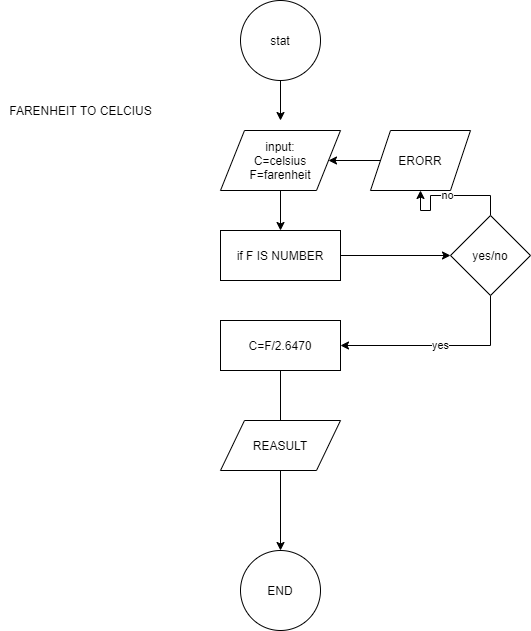
Above: F TO C.png in masoud08/DIYAGRAM (draw.io), before the change. Source tidied: cells renumbered, new cells last; positions are measured from the earlier drawing's top-left corner, leaving out a move shared by most shapes. Source of this version:
```xml
<mxGraphModel>
  <root>
    <mxCell id="0" />
    <mxCell id="1" parent="0" />
    <mxCell id="2" style="edgeStyle=orthogonalEdgeStyle;rounded=0;jettySize=auto;html=1;exitX=0.5;exitY=1;exitDx=0;exitDy=0;" parent="1" edge="1" source="3">
      <mxGeometry relative="1" as="geometry">
        <mxPoint x="280" y="120" as="targetPoint" />
      </mxGeometry>
    </mxCell>
    <mxCell id="3" value="stat" style="ellipse;whiteSpace=wrap;html=1;" parent="1" vertex="1">
      <mxGeometry x="240" width="80" height="80" as="geometry" />
    </mxCell>
    <mxCell id="4" style="edgeStyle=orthogonalEdgeStyle;rounded=0;jettySize=auto;html=1;exitX=0.5;exitY=1;exitDx=0;exitDy=0;" parent="1" edge="1" source="5">
      <mxGeometry relative="1" as="geometry">
        <mxPoint x="280" y="230" as="targetPoint" />
      </mxGeometry>
    </mxCell>
    <mxCell id="5" value="input:&lt;br&gt;C=celsius&lt;br&gt;F=farenheit" style="shape=parallelogram;perimeter=parallelogramPerimeter;whiteSpace=wrap;html=1;" parent="1" vertex="1">
      <mxGeometry x="220" y="130" width="120" height="60" as="geometry" />
    </mxCell>
    <mxCell id="6" style="edgeStyle=orthogonalEdgeStyle;rounded=0;jettySize=auto;html=1;" parent="1" edge="1" source="7" target="12">
      <mxGeometry relative="1" as="geometry" />
    </mxCell>
    <mxCell id="7" value="if F IS NUMBER" style="rounded=0;whiteSpace=wrap;html=1;" parent="1" vertex="1">
      <mxGeometry x="220" y="230" width="120" height="50" as="geometry" />
    </mxCell>
    <mxCell id="8" style="edgeStyle=orthogonalEdgeStyle;rounded=0;jettySize=auto;html=1;" parent="1" edge="1" source="9">
      <mxGeometry relative="1" as="geometry">
        <mxPoint x="280" y="450" as="targetPoint" />
      </mxGeometry>
    </mxCell>
    <mxCell id="9" value="C=F/2.6470" style="rounded=0;whiteSpace=wrap;html=1;" parent="1" vertex="1">
      <mxGeometry x="220" y="320" width="120" height="50" as="geometry" />
    </mxCell>
    <mxCell id="10" value="yes" style="edgeStyle=orthogonalEdgeStyle;rounded=0;jettySize=auto;html=1;exitX=0.5;exitY=1;exitDx=0;exitDy=0;entryX=1;entryY=0.5;entryDx=0;entryDy=0;" parent="1" edge="1" source="12" target="9">
      <mxGeometry relative="1" as="geometry" />
    </mxCell>
    <mxCell id="11" value="no" style="edgeStyle=orthogonalEdgeStyle;rounded=0;jettySize=auto;html=1;" parent="1" edge="1" source="12" target="17">
      <mxGeometry relative="1" as="geometry" />
    </mxCell>
    <mxCell id="12" value="yes/no" style="rhombus;whiteSpace=wrap;html=1;" parent="1" vertex="1">
      <mxGeometry x="450" y="215" width="80" height="80" as="geometry" />
    </mxCell>
    <mxCell id="13" style="edgeStyle=orthogonalEdgeStyle;rounded=0;jettySize=auto;html=1;" parent="1" edge="1" source="14">
      <mxGeometry relative="1" as="geometry">
        <mxPoint x="280" y="550" as="targetPoint" />
      </mxGeometry>
    </mxCell>
    <mxCell id="14" value="REASULT" style="shape=parallelogram;perimeter=parallelogramPerimeter;whiteSpace=wrap;html=1;" parent="1" vertex="1">
      <mxGeometry x="220" y="420" width="120" height="50" as="geometry" />
    </mxCell>
    <mxCell id="15" value="END" style="ellipse;whiteSpace=wrap;html=1;" parent="1" vertex="1">
      <mxGeometry x="240" y="550" width="80" height="80" as="geometry" />
    </mxCell>
    <mxCell id="16" style="edgeStyle=orthogonalEdgeStyle;rounded=0;jettySize=auto;html=1;" parent="1" edge="1" source="17" target="5">
      <mxGeometry relative="1" as="geometry" />
    </mxCell>
    <mxCell id="17" value="ERORR" style="shape=parallelogram;perimeter=parallelogramPerimeter;whiteSpace=wrap;html=1;" parent="1" vertex="1">
      <mxGeometry x="370" y="130" width="100" height="60" as="geometry" />
    </mxCell>
    <mxCell id="18" value="FARENHEIT TO CELCIUS" style="text;html=1;align=center;verticalAlign=middle;" parent="1" vertex="1">
      <mxGeometry y="100" width="160" height="20" as="geometry" />
    </mxCell>
  </root>
</mxGraphModel>
```
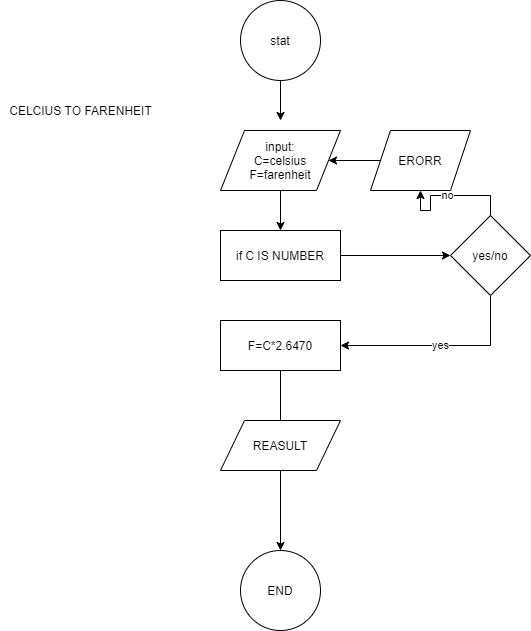
The same file after the commit.

Diff of the diagram source:
```diff
@@ -21,7 +21,7 @@
     <mxCell id="6" style="edgeStyle=orthogonalEdgeStyle;rounded=0;jettySize=auto;html=1;" parent="1" edge="1" source="7" target="12">
       <mxGeometry relative="1" as="geometry" />
     </mxCell>
-    <mxCell id="7" value="if F IS NUMBER" style="rounded=0;whiteSpace=wrap;html=1;" parent="1" vertex="1">
+    <mxCell id="7" value="if C IS NUMBER" style="rounded=0;whiteSpace=wrap;html=1;" parent="1" vertex="1">
       <mxGeometry x="220" y="230" width="120" height="50" as="geometry" />
     </mxCell>
     <mxCell id="8" style="edgeStyle=orthogonalEdgeStyle;rounded=0;jettySize=auto;html=1;" parent="1" edge="1" source="9">
@@ -29,7 +29,7 @@
         <mxPoint x="280" y="450" as="targetPoint" />
       </mxGeometry>
     </mxCell>
-    <mxCell id="9" value="C=F/2.6470" style="rounded=0;whiteSpace=wrap;html=1;" parent="1" vertex="1">
+    <mxCell id="9" value="F=C*2.6470" style="rounded=0;whiteSpace=wrap;html=1;" parent="1" vertex="1">
       <mxGeometry x="220" y="320" width="120" height="50" as="geometry" />
     </mxCell>
     <mxCell id="10" value="yes" style="edgeStyle=orthogonalEdgeStyle;rounded=0;jettySize=auto;html=1;exitX=0.5;exitY=1;exitDx=0;exitDy=0;entryX=1;entryY=0.5;entryDx=0;entryDy=0;" parent="1" edge="1" source="12" target="9">
@@ -58,7 +58,7 @@
     <mxCell id="17" value="ERORR" style="shape=parallelogram;perimeter=parallelogramPerimeter;whiteSpace=wrap;html=1;" parent="1" vertex="1">
       <mxGeometry x="370" y="130" width="100" height="60" as="geometry" />
     </mxCell>
-    <mxCell id="18" value="FARENHEIT TO CELCIUS" style="text;html=1;align=center;verticalAlign=middle;" parent="1" vertex="1">
+    <mxCell id="18" value="CELCIUS TO FARENHEIT" style="text;html=1;align=center;verticalAlign=middle;" parent="1" vertex="1">
       <mxGeometry y="100" width="160" height="20" as="geometry" />
     </mxCell>
   </root>
```
